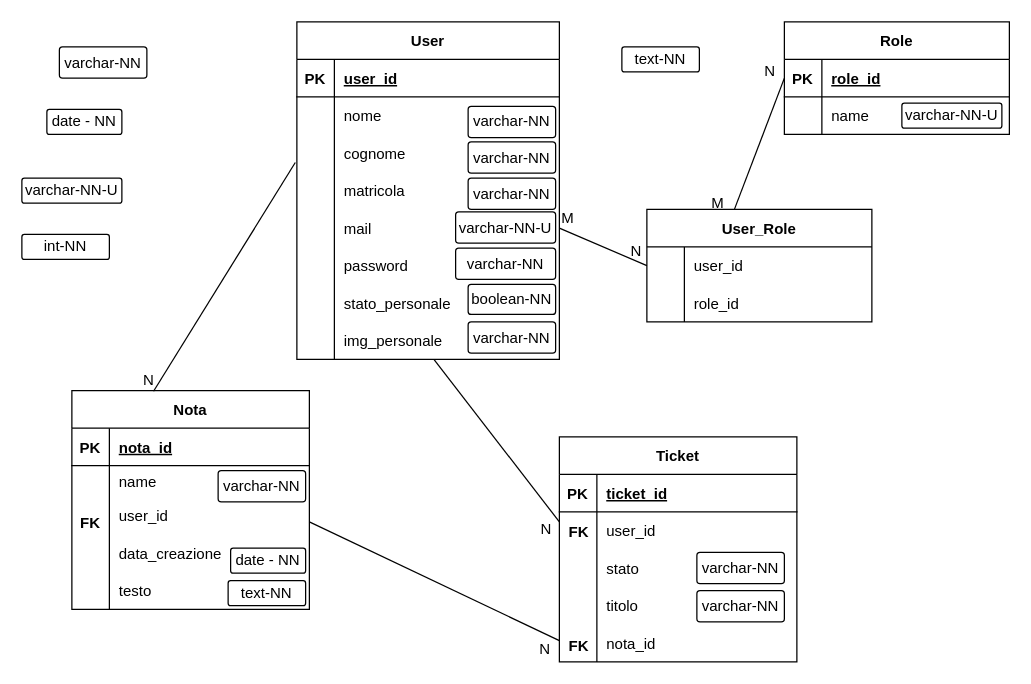
Above: ticket-platform.drawio in FrancescoDAmbrosio1/ticket-platform (draw.io), before the change. Source tidied: cells renumbered, new cells numbered last; positions are measured from the earlier drawing's top-left corner, leaving out a move shared by most shapes. Both pictures are drawn from the tidied source at 125%, with x=0, y=0 at pixel (21, 21).
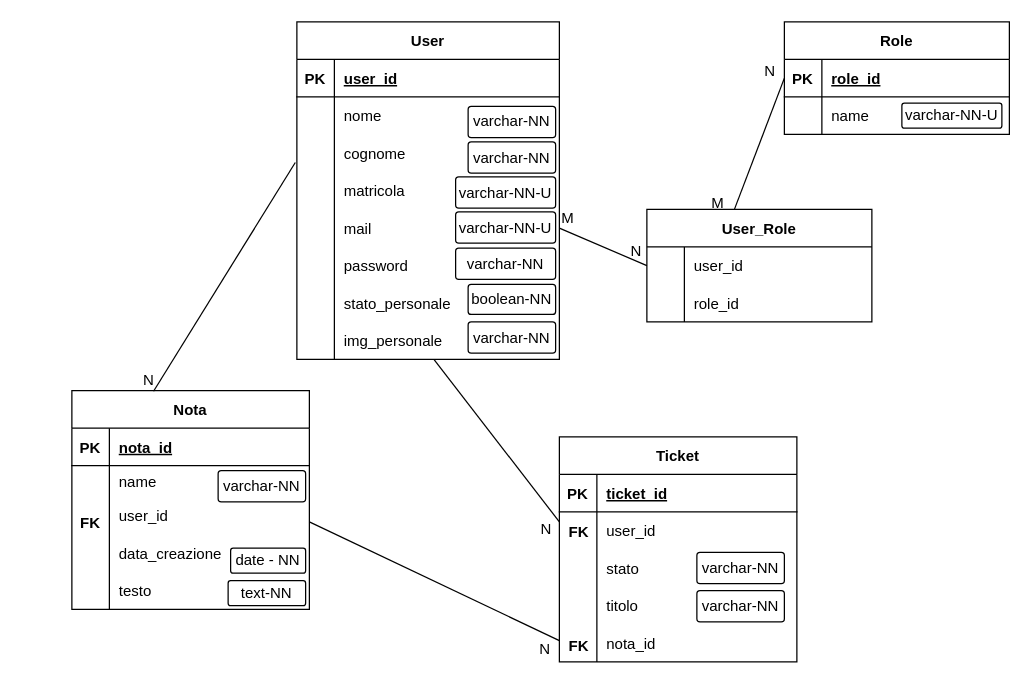
The same page after the edit.

Change to the diagram source:
```diff
@@
-    <mxCell id="95" value="varchar-NN" style="rounded=1;arcSize=10;whiteSpace=wrap;html=1;align=center;" parent="1" vertex="1">
-      <mxGeometry x="30" y="20" width="70" height="25" as="geometry" />
-    </mxCell>
-    <mxCell id="96" value="date - NN" style="rounded=1;arcSize=10;whiteSpace=wrap;html=1;align=center;" parent="1" vertex="1">
-      <mxGeometry x="20" y="70" width="60" height="20" as="geometry" />
-    </mxCell>
-    <mxCell id="97" value="varchar-NN-U" style="rounded=1;arcSize=10;whiteSpace=wrap;html=1;align=center;" parent="1" vertex="1">
-      <mxGeometry y="125" width="80" height="20" as="geometry" />
-    </mxCell>
-    <mxCell id="98" value="int-NN" style="rounded=1;arcSize=10;whiteSpace=wrap;html=1;align=center;" parent="1" vertex="1">
-      <mxGeometry y="170" width="70" height="20" as="geometry" />
-    </mxCell>
-    <mxCell id="99" value="text-NN" style="rounded=1;arcSize=10;whiteSpace=wrap;html=1;align=center;" parent="1" vertex="1">
-      <mxGeometry x="480" y="20" width="62" height="20" as="geometry" />
-    </mxCell>
@@
-    <mxCell id="106" value="varchar-NN" style="rounded=1;arcSize=10;whiteSpace=wrap;html=1;align=center;" parent="1" vertex="1">
-      <mxGeometry x="357" y="125" width="70" height="25" as="geometry" />
-    </mxCell>
@@
+    <mxCell id="97" value="varchar-NN-U" style="rounded=1;arcSize=10;whiteSpace=wrap;html=1;align=center;" parent="1" vertex="1">
+      <mxGeometry x="347" y="124" width="80" height="25" as="geometry" />
+    </mxCell>
```
